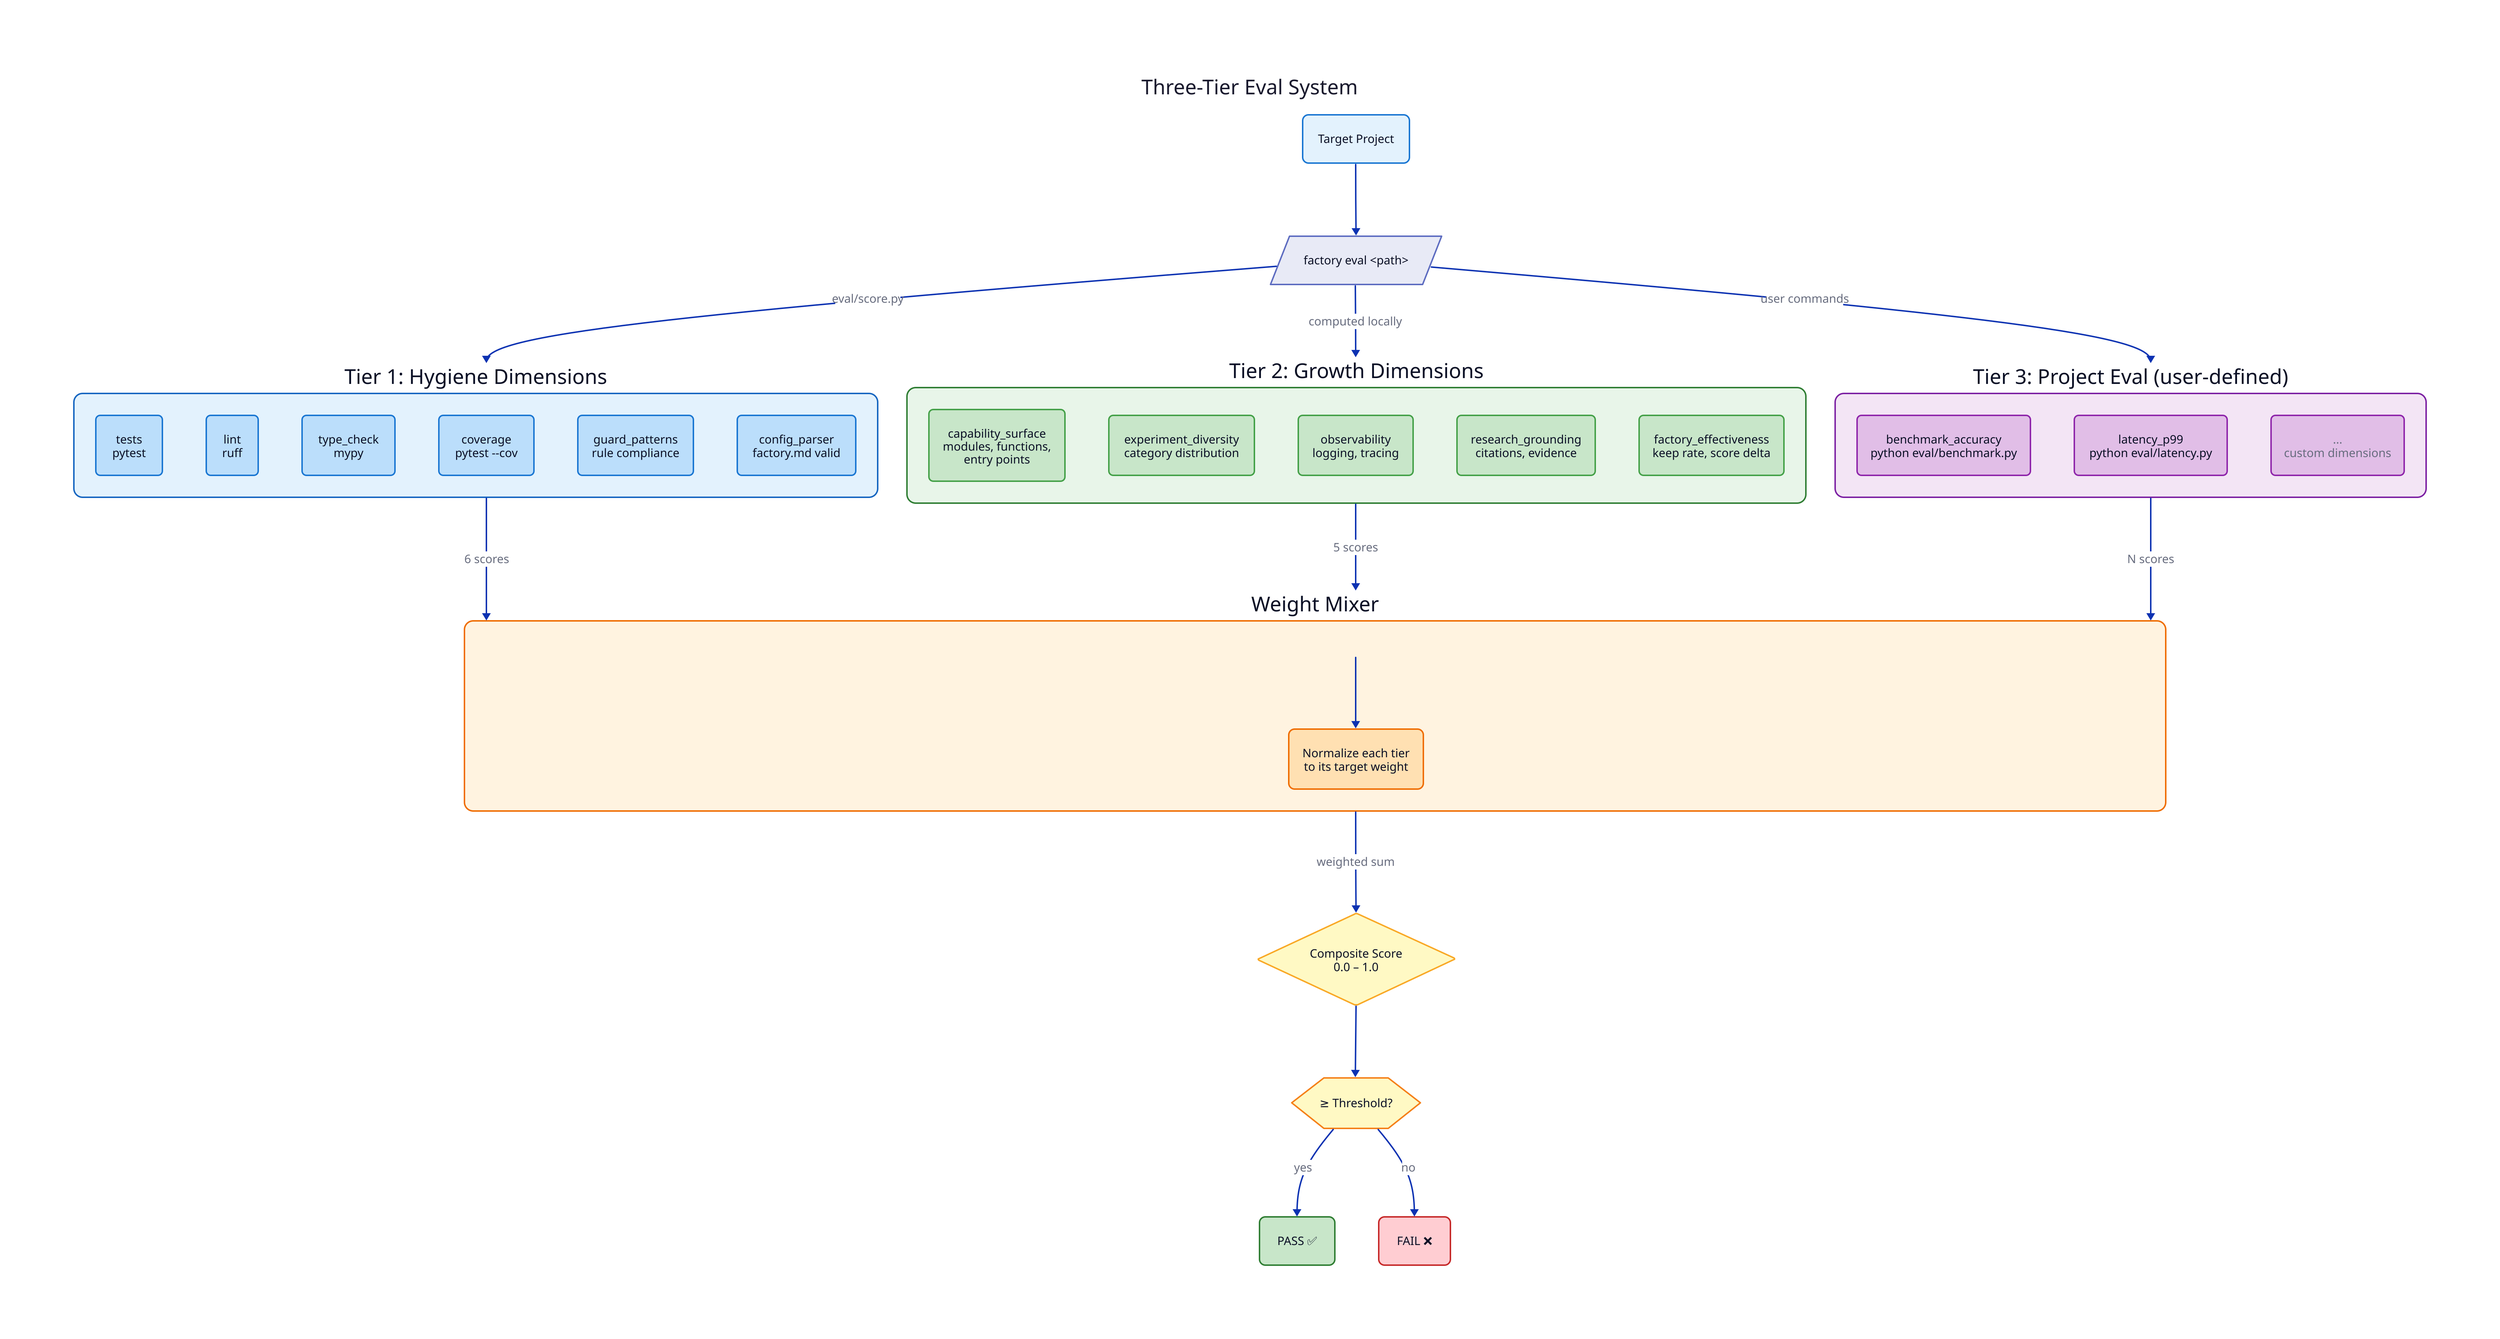
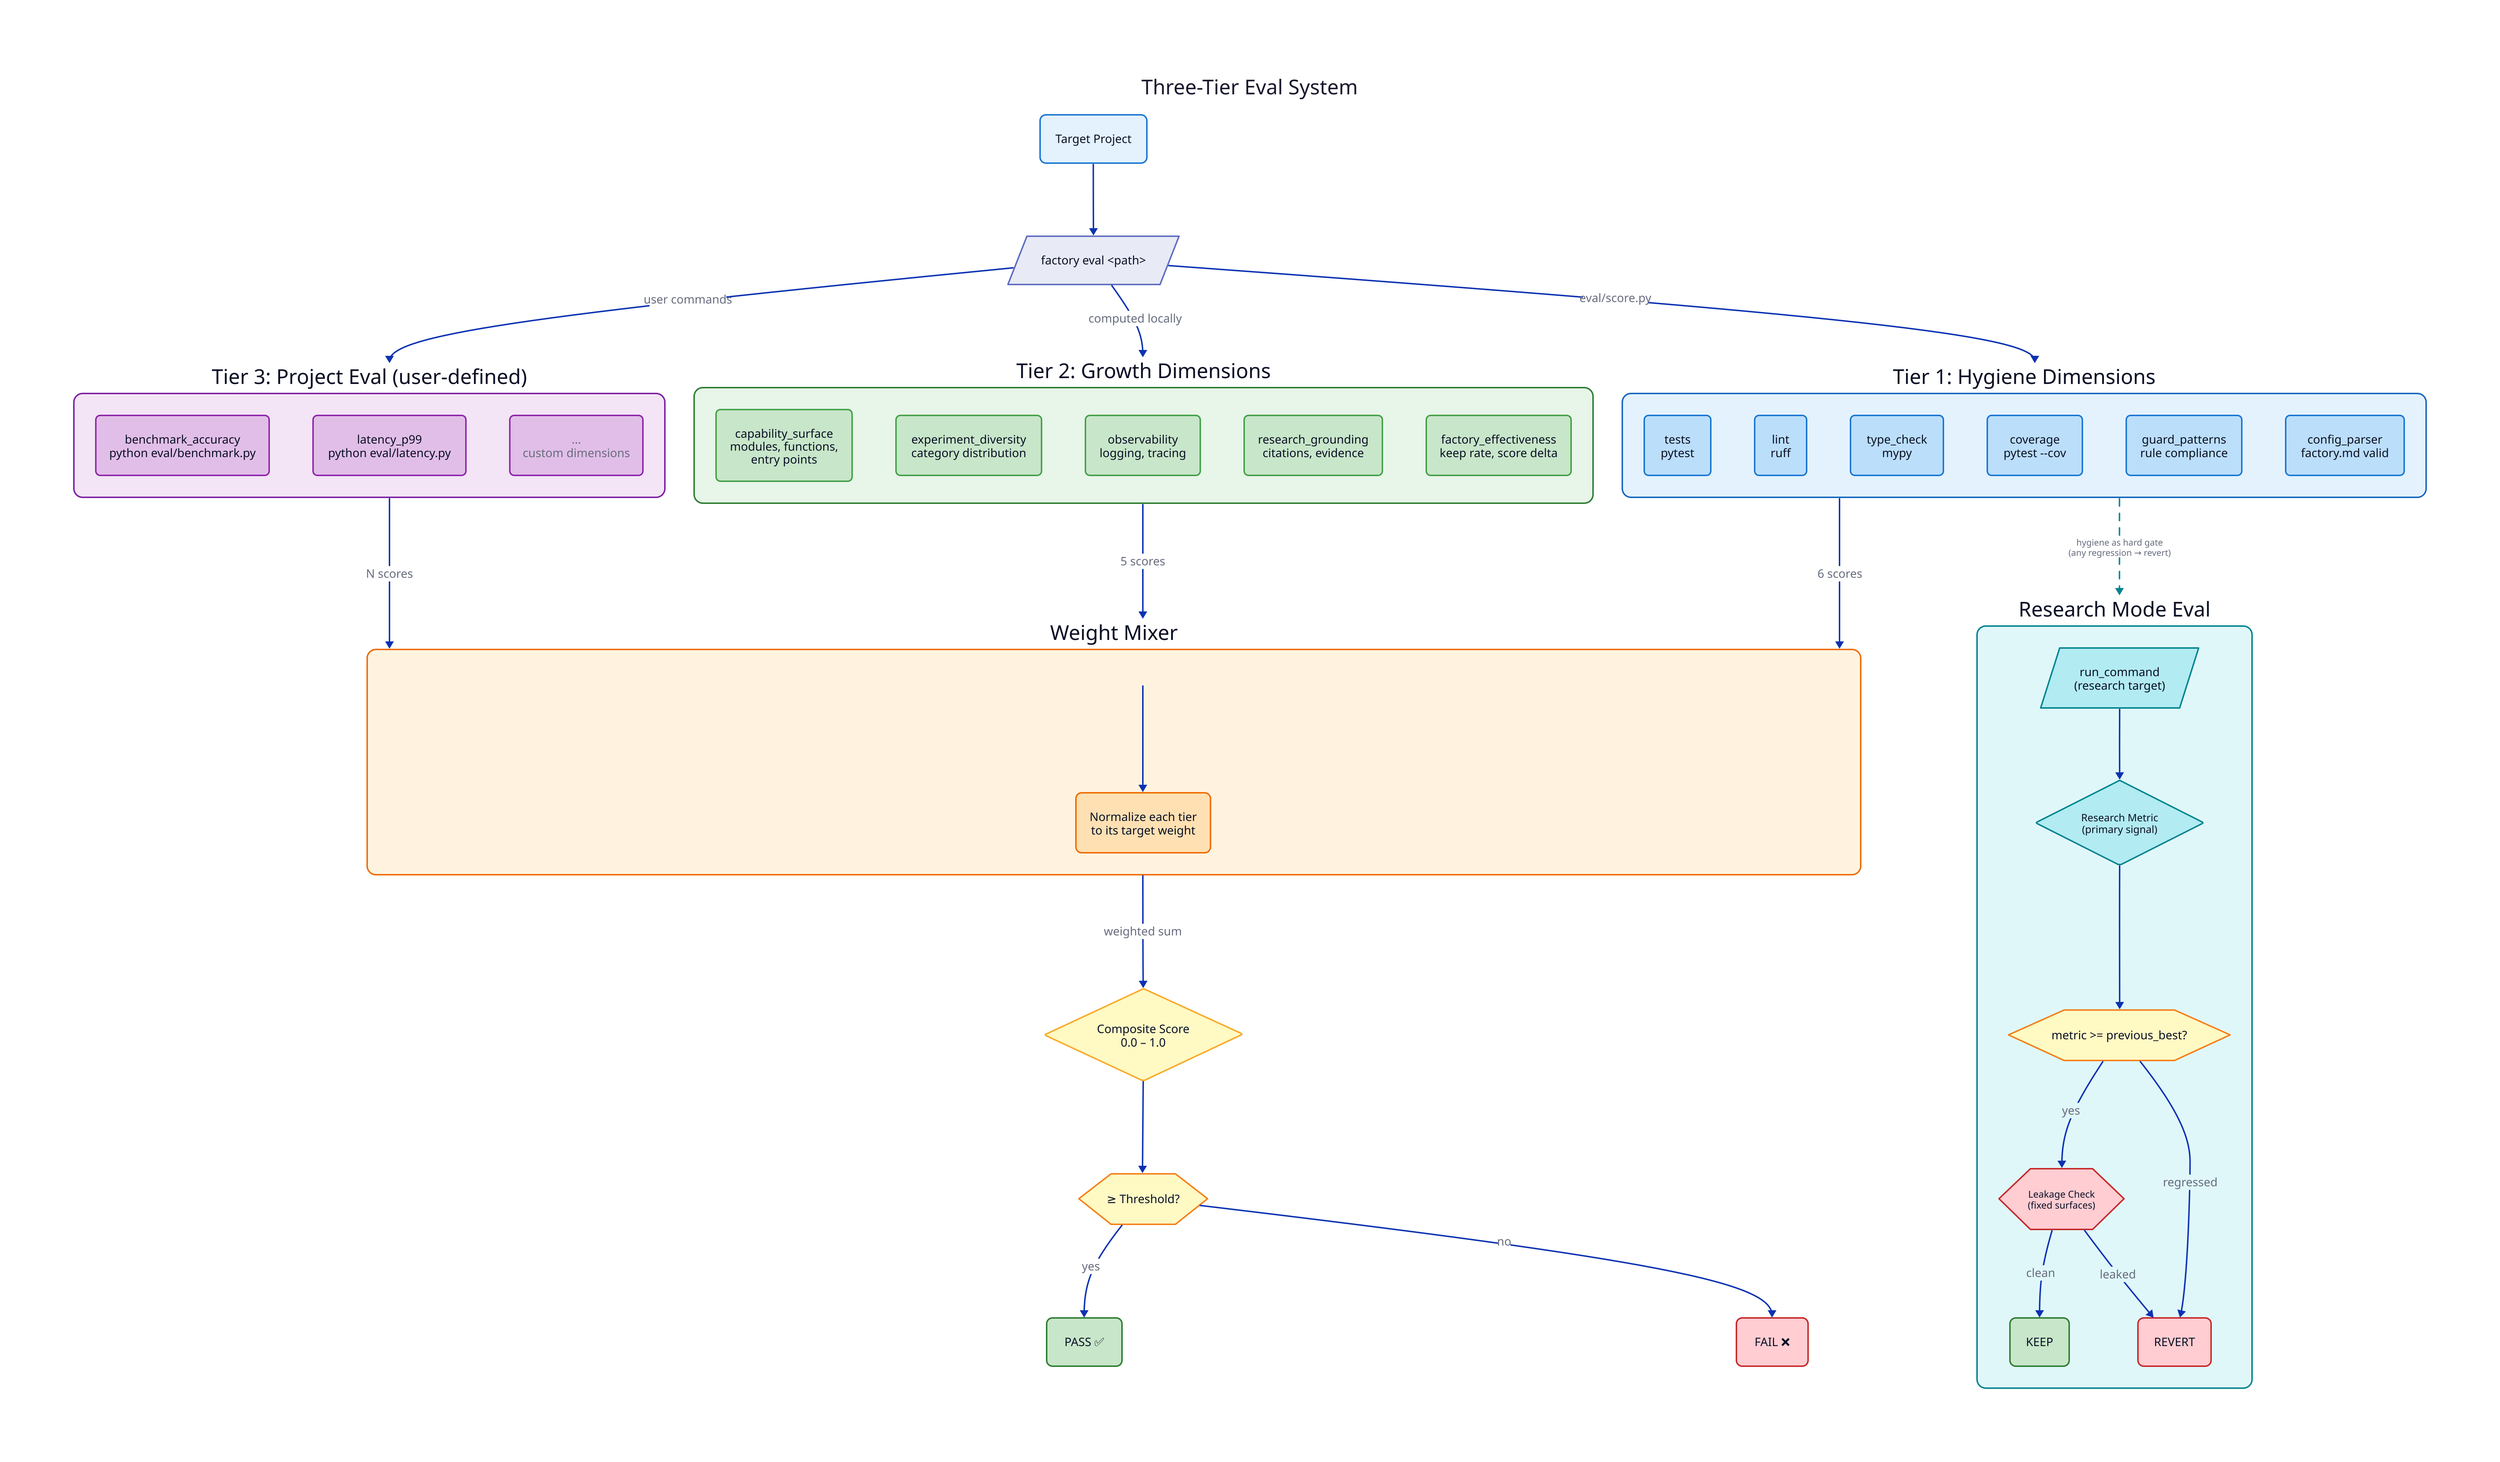
direction: down

title: {
  label: Three-Tier Eval System
  near: top-center
  shape: text
  style: { font-size: 28; bold: true; font-color: "#1a1a2e" }
}

# ── Input ─────────────────────────────────────────

project: {
  label: "Target Project"
  shape: rectangle
  style: { fill: "#e3f2fd"; stroke: "#1976d2"; border-radius: 8 }
}

eval_cmd: {
  label: "factory eval <path>"
  shape: parallelogram
  style: { fill: "#e8eaf6"; stroke: "#5c6bc0"; border-radius: 4 }
}

# ── Tier 1: Hygiene (auto-discovered) ─────────────

hygiene: {
  label: "Tier 1: Hygiene Dimensions"
  style: { fill: "#e3f2fd"; stroke: "#1565c0"; border-radius: 12; bold: true }

  tests: {
    label: "tests\npytest"
    shape: rectangle
    style: { fill: "#bbdefb"; stroke: "#1976d2"; border-radius: 6 }
  }
  lint: {
    label: "lint\nruff"
    shape: rectangle
    style: { fill: "#bbdefb"; stroke: "#1976d2"; border-radius: 6 }
  }
  type_check: {
    label: "type_check\nmypy"
    shape: rectangle
    style: { fill: "#bbdefb"; stroke: "#1976d2"; border-radius: 6 }
  }
  coverage: {
    label: "coverage\npytest --cov"
    shape: rectangle
    style: { fill: "#bbdefb"; stroke: "#1976d2"; border-radius: 6 }
  }
  guard_patterns: {
    label: "guard_patterns\nrule compliance"
    shape: rectangle
    style: { fill: "#bbdefb"; stroke: "#1976d2"; border-radius: 6 }
  }
  config_parser: {
    label: "config_parser\nfactory.md valid"
    shape: rectangle
    style: { fill: "#bbdefb"; stroke: "#1976d2"; border-radius: 6 }
  }
}

# ── Tier 2: Growth (computed locally) ─────────────

growth: {
  label: "Tier 2: Growth Dimensions"
  style: { fill: "#e8f5e9"; stroke: "#2e7d32"; border-radius: 12; bold: true }

  capability: {
    label: "capability_surface\nmodules, functions,\nentry points"
    shape: rectangle
    style: { fill: "#c8e6c9"; stroke: "#43a047"; border-radius: 6 }
  }
  diversity: {
    label: "experiment_diversity\ncategory distribution"
    shape: rectangle
    style: { fill: "#c8e6c9"; stroke: "#43a047"; border-radius: 6 }
  }
  observability: {
    label: "observability\nlogging, tracing"
    shape: rectangle
    style: { fill: "#c8e6c9"; stroke: "#43a047"; border-radius: 6 }
  }
  research: {
    label: "research_grounding\ncitations, evidence"
    shape: rectangle
    style: { fill: "#c8e6c9"; stroke: "#43a047"; border-radius: 6 }
  }
  effectiveness: {
    label: "factory_effectiveness\nkeep rate, score delta"
    shape: rectangle
    style: { fill: "#c8e6c9"; stroke: "#43a047"; border-radius: 6 }
  }
}

# ── Tier 3: Project (user-defined) ────────────────

project_eval: {
  label: "Tier 3: Project Eval (user-defined)"
  style: { fill: "#f3e5f5"; stroke: "#7b1fa2"; border-radius: 12; bold: true }

  dim1: {
    label: "benchmark_accuracy\npython eval/benchmark.py"
    shape: rectangle
    style: { fill: "#e1bee7"; stroke: "#8e24aa"; border-radius: 6 }
  }
  dim2: {
    label: "latency_p99\npython eval/latency.py"
    shape: rectangle
    style: { fill: "#e1bee7"; stroke: "#8e24aa"; border-radius: 6 }
  }
  dim3: {
    label: "...\ncustom dimensions"
    shape: rectangle
    style: { fill: "#e1bee7"; stroke: "#8e24aa"; border-radius: 6; italic: true }
  }
}

# ── Weight Mixer ──────────────────────────────────

mixer: {
  label: "Weight Mixer"
  style: { fill: "#fff3e0"; stroke: "#ef6c00"; border-radius: 12; bold: true }

  default_weights: {
    label: |md
      **Default weights:**
      No project eval → 50% / 50% / 0%
      With project eval → 30% / 20% / 50%
      Custom → from `## Eval Weights`
    |
    shape: rectangle
    style: { fill: "#fff8e1"; stroke: "#ff8f00"; border-radius: 8; font-size: 12 }
  }

  normalize: {
    label: "Normalize each tier\nto its target weight"
    shape: rectangle
    style: { fill: "#ffe0b2"; stroke: "#ef6c00"; border-radius: 8 }
  }

  default_weights -> normalize
}

# ── Output ────────────────────────────────────────

composite: {
  label: "Composite Score\n0.0 – 1.0"
  shape: diamond
  style: { fill: "#fff9c4"; stroke: "#f9a825"; font-size: 16; bold: true }
}

threshold: {
  label: "≥ Threshold?"
  shape: hexagon
  style: { fill: "#fff9c4"; stroke: "#f57f17" }
}

pass: {
  label: "PASS ✅"
  shape: rectangle
  style: { fill: "#c8e6c9"; stroke: "#2e7d32"; border-radius: 8; bold: true }
}

fail: {
  label: "FAIL ❌"
  shape: rectangle
  style: { fill: "#ffcdd2"; stroke: "#c62828"; border-radius: 8; bold: true }
}

# ── Connections ───────────────────────────────────

project -> eval_cmd
eval_cmd -> hygiene: "eval/score.py"
eval_cmd -> growth: "computed locally"
eval_cmd -> project_eval: "user commands"

hygiene -> mixer: "6 scores"
growth -> mixer: "5 scores"
project_eval -> mixer: "N scores"

mixer -> composite: "weighted sum"
composite -> threshold
threshold -> pass: "yes"
threshold -> fail: "no"
+ 
+ # ── Research Mode Interaction ────────────────────
+ 
+ research_mode: {
+   label: "Research Mode Eval"
+   style: { fill: "#e0f7fa"; stroke: "#00838f"; border-radius: 12; bold: true }
+ 
+   run_cmd: {
+     label: "run_command\n(research target)"
+     shape: parallelogram
+     style: { fill: "#b2ebf2"; stroke: "#00838f"; border-radius: 4 }
+   }
+ 
+   metric: {
+     label: "Research Metric\n(primary signal)"
+     shape: diamond
+     style: { fill: "#b2ebf2"; stroke: "#00838f"; font-size: 14; bold: true }
+   }
+ 
+   monotonic: {
+     label: "metric >= previous_best?"
+     shape: hexagon
+     style: { fill: "#fff9c4"; stroke: "#f57f17" }
+   }
+ 
+   leakage_gate: {
+     label: "Leakage Check\n(fixed surfaces)"
+     shape: hexagon
+     style: { fill: "#ffcdd2"; stroke: "#c62828"; font-size: 13 }
+   }
+ 
+   r_pass: {
+     label: "KEEP"
+     shape: rectangle
+     style: { fill: "#c8e6c9"; stroke: "#2e7d32"; border-radius: 8; bold: true }
+   }
+ 
+   r_fail: {
+     label: "REVERT"
+     shape: rectangle
+     style: { fill: "#ffcdd2"; stroke: "#c62828"; border-radius: 8; bold: true }
+   }
+ 
+   run_cmd -> metric
+   metric -> monotonic
+   monotonic -> leakage_gate: "yes"
+   monotonic -> r_fail: "regressed"
+   leakage_gate -> r_pass: "clean"
+   leakage_gate -> r_fail: "leaked"
+ }
+ 
+ hygiene -> research_mode: "hygiene as hard gate\n(any regression → revert)" {
+   style: { font-size: 12; stroke: "#00838f"; stroke-dash: 5 }
+ }
